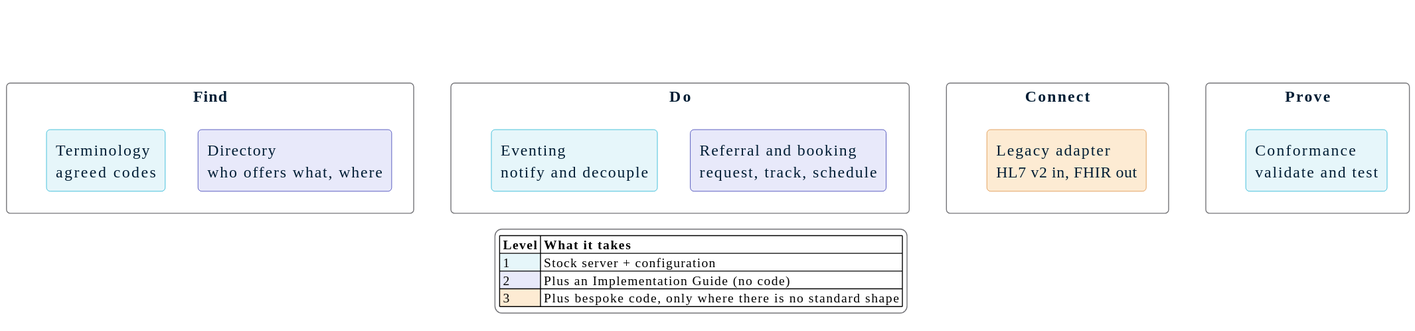
Above: 2026-10-29/2-FHIR-For-Services/slides/diagrams/services-map.svg in aehrc/qh-connectathon (PlantUML), before the change.
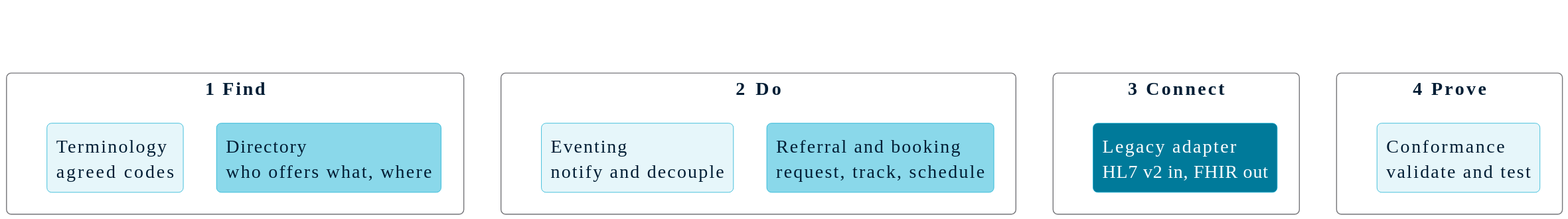
The same diagram one commit later.

The edit, as a diff of the source:
```diff
@@ -1,39 +1,23 @@
 @startuml
-skinparam backgroundColor transparent
-skinparam shadowing false
-skinparam defaultFontName Calibri
-skinparam defaultFontSize 17
-skinparam rectangle {
-  FontColor #001D34
-  RoundCorner 8
+!include palette.iuml
+
+rectangle "**1  Find**" as G1 #FFFFFF;line:757579 {
+  rectangle "Terminology\nagreed codes" as TX #$L1
+  rectangle "Directory\nwho offers what, where" as DIR #$L2
 }
-skinparam legend {
-  BackgroundColor #FFFFFF
-  BorderColor #757579
+rectangle "**2  Do**" as G2 #FFFFFF;line:757579 {
+  rectangle "Eventing\nnotify and decouple" as EVT #$L1
+  rectangle "Referral and booking\nrequest, track, schedule" as SRV #$L2
 }
-
-rectangle "Find" as G1 #FFFFFF;line:757579 {
-  rectangle "Directory\nwho offers what, where" as DIR #E8E9FA;line:1E22AA
-  rectangle "Terminology\nagreed codes" as TX #E6F6FA;line:00A9CE
+rectangle "**3  Connect**" as G3 #FFFFFF;line:757579 {
+  rectangle "<color:white>Legacy adapter</color>\n<color:white>HL7 v2 in, FHIR out</color>" as ADP #$L3
 }
-rectangle "Do" as G2 #FFFFFF;line:757579 {
-  rectangle "Referral and booking\nrequest, track, schedule" as SRV #E8E9FA;line:1E22AA
-  rectangle "Eventing\nnotify and decouple" as EVT #E6F6FA;line:00A9CE
-}
-rectangle "Connect" as G3 #FFFFFF;line:757579 {
-  rectangle "Legacy adapter\nHL7 v2 in, FHIR out" as ADP #FDEBD3;line:D9822B
-}
-rectangle "Prove" as G4 #FFFFFF;line:757579 {
-  rectangle "Conformance\nvalidate and test" as CON #E6F6FA;line:00A9CE
+rectangle "**4  Prove**" as G4 #FFFFFF;line:757579 {
+  rectangle "Conformance\nvalidate and test" as CON #$L1
 }
 G1 -[hidden]right- G2
 G2 -[hidden]right- G3
 G3 -[hidden]right- G4
-
-legend bottom
-  |= Level |= What it takes |
-  |<#E6F6FA> 1 | Stock server + configuration |
-  |<#E8E9FA> 2 | Plus an Implementation Guide (no code) |
-  |<#FDEBD3> 3 | Plus bespoke code, only where there is no standard shape |
-endlegend
+TX -[hidden]right- DIR
+EVT -[hidden]right- SRV
 @enduml
```
